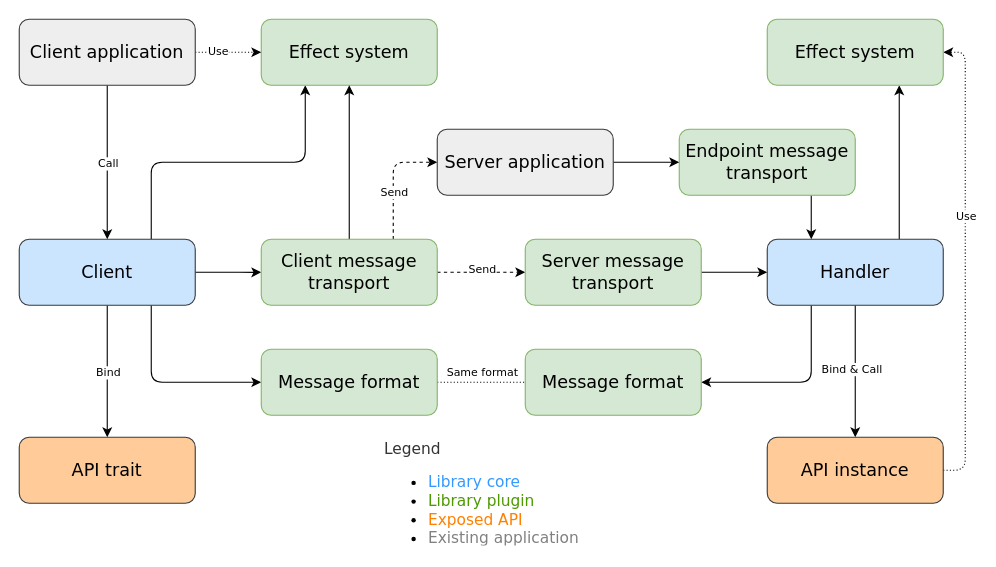
Earlier version of the draw.io diagram doc/diagrams/architecture.drawio (martin-ockajak/automorph). Source tidied: cells renumbered, new cells numbered last; positions are measured from the earlier drawing's top-left corner, leaving out a move shared by most shapes. Both pictures are drawn from the tidied source at 110%, with x=0, y=0 at pixel (19, 19).
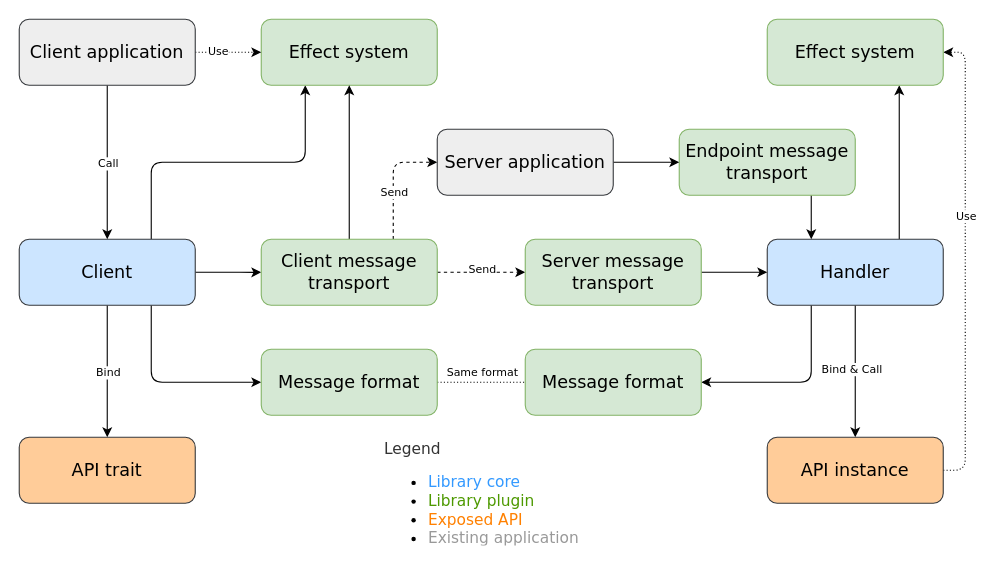
Above is the later version.

What changed in the source:
```diff
@@
-    <mxCell id="42" value="&lt;div style=&quot;font-size: 14px&quot;&gt;&lt;font color=&quot;#333333&quot; style=&quot;font-size: 14px&quot;&gt;Legend&lt;/font&gt;&lt;/div&gt;&lt;ul style=&quot;font-size: 14px&quot;&gt;&lt;li&gt;&lt;font style=&quot;font-size: 14px&quot; color=&quot;#3399ff&quot;&gt;Library core&lt;/font&gt;&lt;/li&gt;&lt;li&gt;&lt;font style=&quot;font-size: 14px&quot; color=&quot;#4d9900&quot;&gt;Library plugin&lt;/font&gt;&lt;/li&gt;&lt;li&gt;&lt;font color=&quot;#ff8000&quot; style=&quot;font-size: 14px&quot;&gt;Exposed API&lt;/font&gt;&lt;/li&gt;&lt;li&gt;&lt;font color=&quot;#808080&quot; style=&quot;font-size: 14px&quot;&gt;Existing application&lt;/font&gt;&lt;/li&gt;&lt;/ul&gt;" style="text;strokeColor=none;fillColor=none;html=1;whiteSpace=wrap;verticalAlign=middle;overflow=hidden;fontFamily=Verdana;fontSize=12;align=left;" parent="1" vertex="1">
+    <mxCell id="42" value="&lt;div style=&quot;font-size: 14px&quot;&gt;&lt;font color=&quot;#333333&quot; style=&quot;font-size: 14px&quot;&gt;Legend&lt;/font&gt;&lt;/div&gt;&lt;ul style=&quot;font-size: 14px&quot;&gt;&lt;li&gt;&lt;font style=&quot;font-size: 14px&quot; color=&quot;#3399ff&quot;&gt;Library core&lt;/font&gt;&lt;/li&gt;&lt;li&gt;&lt;font style=&quot;font-size: 14px&quot; color=&quot;#4d9900&quot;&gt;Library plugin&lt;/font&gt;&lt;/li&gt;&lt;li&gt;&lt;font color=&quot;#ff8000&quot; style=&quot;font-size: 14px&quot;&gt;Exposed API&lt;/font&gt;&lt;/li&gt;&lt;li&gt;&lt;font style=&quot;font-size: 14px&quot; color=&quot;#999999&quot;&gt;Existing application&lt;/font&gt;&lt;/li&gt;&lt;/ul&gt;" style="text;strokeColor=none;fillColor=none;html=1;whiteSpace=wrap;verticalAlign=middle;overflow=hidden;fontFamily=Verdana;fontSize=12;align=left;" parent="1" vertex="1">
       <mxGeometry x="330" y="380" width="210" height="100" as="geometry" />
     </mxCell>
```
